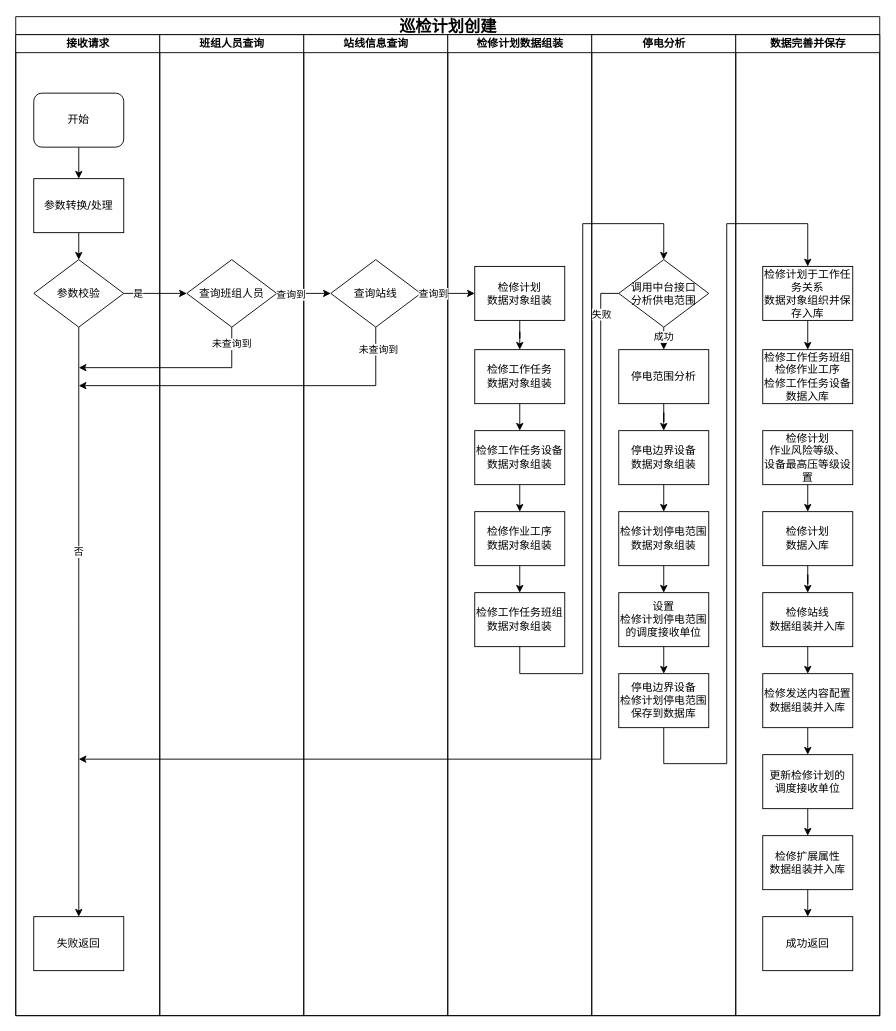
Earlier version of the draw.io diagram 检修计划创建.drawio (wwwwbo/myDraw). Source tidied: cells renumbered, new cells numbered last; positions are measured from the earlier drawing's top-left corner, leaving out a move shared by most shapes. Both pictures are drawn from the tidied source at 90%, with x=0, y=0 at pixel (15, 16).
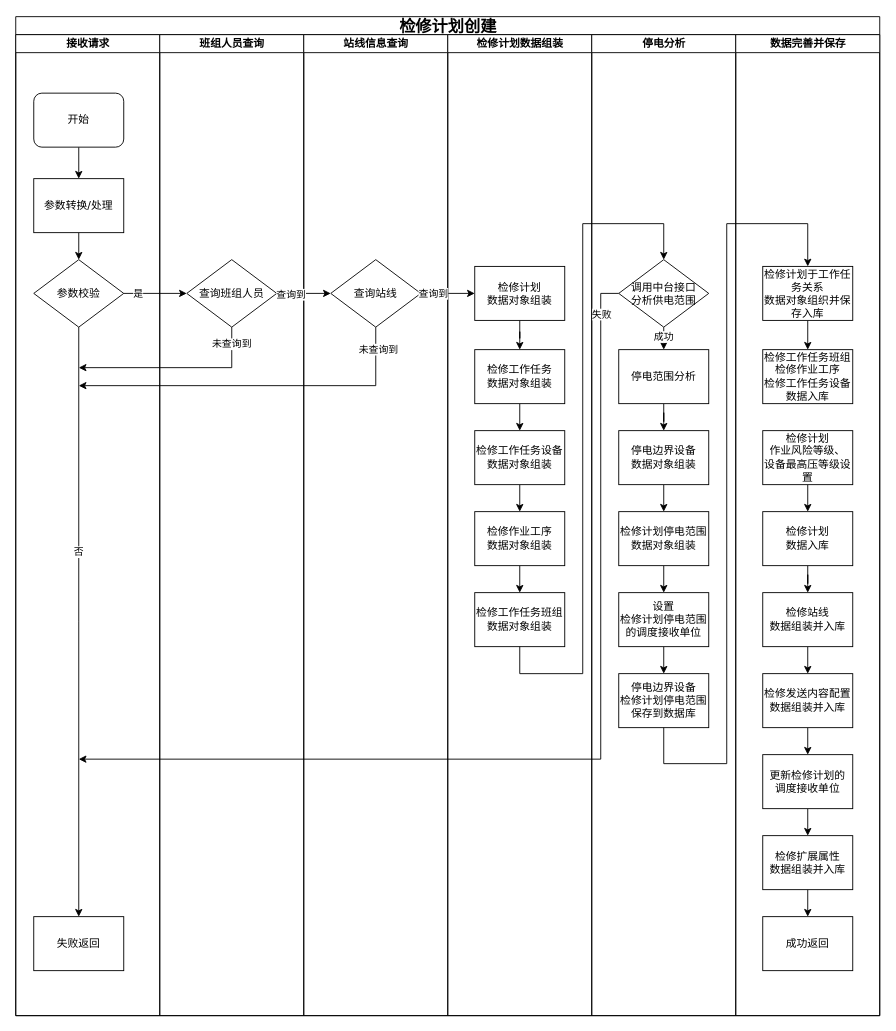
Above is the later version.

Commit message:
更新检修计划创建.drawio

The edit, as a diff of the source:
```diff
@@
-    <mxCell id="2" value="&lt;font style=&quot;font-size: 18px;&quot;&gt;巡检计划创建&lt;/font&gt;" style="swimlane;html=1;startSize=20;rounded=0;shadow=0;labelBackgroundColor=none;strokeWidth=1;fontFamily=Verdana;fontSize=8;align=center;" parent="1" vertex="1">
+    <mxCell id="2" value="&lt;font style=&quot;font-size: 18px;&quot;&gt;检修计划创建&lt;/font&gt;" style="swimlane;html=1;startSize=20;rounded=0;shadow=0;labelBackgroundColor=none;strokeWidth=1;fontFamily=Verdana;fontSize=8;align=center;" parent="1" vertex="1">
       <mxGeometry width="960" height="1110" as="geometry" />
     </mxCell>
```
